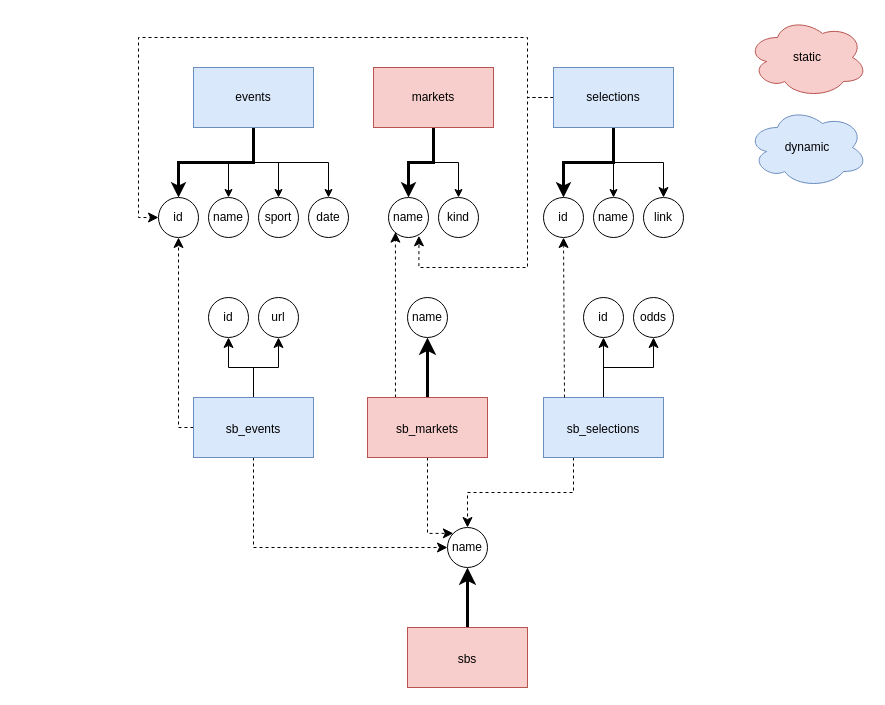
Earlier version of the draw.io diagram page "db" (1 of 2) of database/flow.drawio (loemra/live_odds_scraper). Source tidied: cells renumbered, new cells numbered last; positions are measured from the earlier drawing's top-left corner, leaving out a move shared by most shapes. Both pictures are drawn from the tidied source at 100%, with x=0, y=0 at pixel (138, 17).
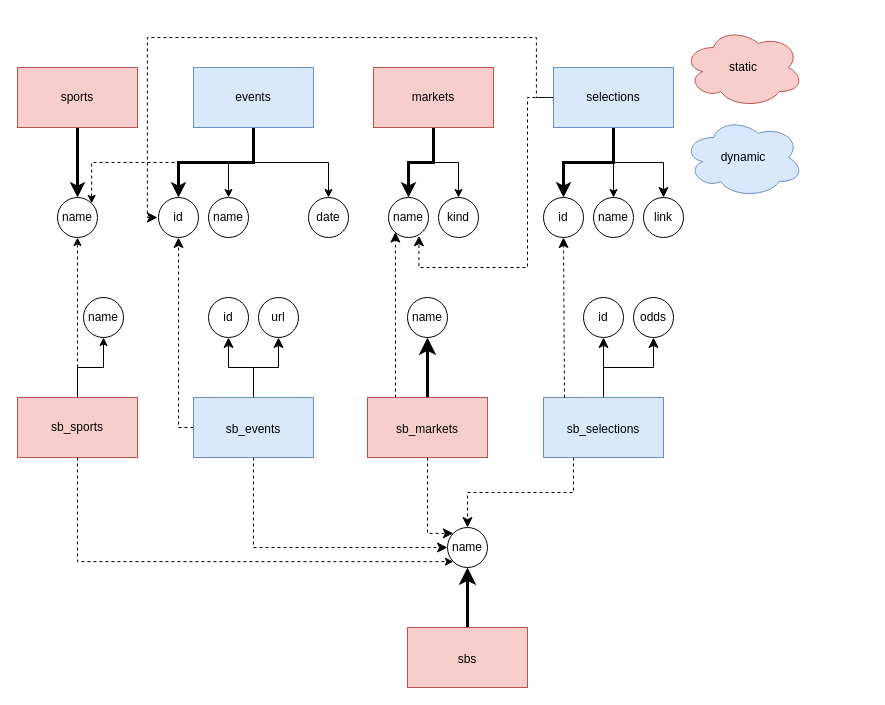
The same page after the edit.

Unchanged cells that the change refers to:
```xml
<mxCell id="6" value="&lt;div&gt;events&lt;/div&gt;" style="rounded=0;whiteSpace=wrap;html=1;fillColor=#dae8fc;strokeColor=#6c8ebf;" parent="1" vertex="1">
  <mxGeometry x="55" y="50" width="120" height="60" as="geometry" />
</mxCell>
<mxCell id="7" value="&lt;div&gt;id&lt;/div&gt;" style="ellipse;whiteSpace=wrap;html=1;rounded=0;" parent="1" vertex="1">
  <mxGeometry x="20" y="180" width="40" height="40" as="geometry" />
</mxCell>
<mxCell id="21" value="&lt;div&gt;selections&lt;/div&gt;" style="rounded=0;whiteSpace=wrap;html=1;fillColor=#dae8fc;strokeColor=#6c8ebf;" parent="1" vertex="1">
  <mxGeometry x="415" y="50" width="120" height="60" as="geometry" />
</mxCell>
<mxCell id="35" value="name" style="ellipse;whiteSpace=wrap;html=1;rounded=0;" parent="1" vertex="1">
  <mxGeometry x="309" y="510" width="40" height="40" as="geometry" />
</mxCell>
```

Change to the diagram source:
```diff
@@
-    <mxCell id="3" style="edgeStyle=orthogonalEdgeStyle;rounded=0;jettySize=auto;html=1;exitX=0.5;exitY=1;exitDx=0;exitDy=0;entryX=0.5;entryY=0;entryDx=0;entryDy=0;" parent="1" edge="1" source="6" target="9">
-      <mxGeometry relative="1" as="geometry" />
-    </mxCell>
@@
+    <mxCell id="49" style="edgeStyle=orthogonalEdgeStyle;rounded=0;jettySize=auto;html=1;exitX=0.5;exitY=1;exitDx=0;exitDy=0;entryX=1;entryY=0;entryDx=0;entryDy=0;dashed=1;" parent="1" edge="1" source="6" target="52">
+      <mxGeometry relative="1" as="geometry" />
+    </mxCell>
@@
-    <mxCell id="9" value="&lt;div&gt;sport&lt;/div&gt;" style="ellipse;whiteSpace=wrap;html=1;rounded=0;" parent="1" vertex="1">
-      <mxGeometry x="120" y="180" width="40" height="40" as="geometry" />
-    </mxCell>
@@
-    <mxCell id="20" style="edgeStyle=orthogonalEdgeStyle;rounded=0;jettySize=auto;html=1;exitX=0;exitY=0.5;exitDx=0;exitDy=0;entryX=0;entryY=0.5;entryDx=0;entryDy=0;fontSize=12;startSize=8;endSize=8;dashed=1;" parent="1" edge="1" source="21" target="7">
+    <mxCell id="20" style="edgeStyle=orthogonalEdgeStyle;rounded=0;orthogonalLoop=1;jettySize=auto;html=1;exitX=0;exitY=0.5;exitDx=0;exitDy=0;fontSize=12;startSize=8;endSize=8;dashed=1;" parent="1" edge="1">
       <mxGeometry relative="1" as="geometry">
+        <mxPoint x="423.9" y="80" as="sourcePoint" />
+        <mxPoint x="19" y="200" as="targetPoint" />
         <Array as="points">
-          <mxPoint x="389" y="80" />
-          <mxPoint x="389" y="20" />
-          <mxPoint y="20" />
-          <mxPoint y="200" />
+          <mxPoint x="397.9" y="80" />
+          <mxPoint x="397.9" y="20" />
+          <mxPoint x="8.9" y="20" />
+          <mxPoint x="8.9" y="200" />
         </Array>
       </mxGeometry>
     </mxCell>
@@
     <mxCell id="47" value="static" style="ellipse;shape=cloud;whiteSpace=wrap;html=1;fillColor=#f8cecc;strokeColor=#b85450;" parent="1" vertex="1">
-      <mxGeometry x="609" width="120" height="80" as="geometry" />
+      <mxGeometry x="545" y="10" width="120" height="80" as="geometry" />
     </mxCell>
     <mxCell id="48" value="dynamic" style="ellipse;shape=cloud;whiteSpace=wrap;html=1;fillColor=#dae8fc;strokeColor=#6c8ebf;" parent="1" vertex="1">
-      <mxGeometry x="609" y="90" width="120" height="80" as="geometry" />
+      <mxGeometry x="545" y="100" width="120" height="80" as="geometry" />
     </mxCell>
+    <mxCell id="50" style="edgeStyle=orthogonalEdgeStyle;rounded=0;jettySize=auto;html=1;exitX=0.5;exitY=1;exitDx=0;exitDy=0;entryX=0.5;entryY=0;entryDx=0;entryDy=0;strokeWidth=3;" parent="1" edge="1" source="51" target="52">
+      <mxGeometry relative="1" as="geometry" />
+    </mxCell>
+    <mxCell id="51" value="sports" style="rounded=0;whiteSpace=wrap;html=1;fillColor=#f8cecc;strokeColor=#b85450;" parent="1" vertex="1">
+      <mxGeometry x="-121" y="50" width="120" height="60" as="geometry" />
+    </mxCell>
+    <mxCell id="52" value="name" style="ellipse;whiteSpace=wrap;html=1;rounded=0;" parent="1" vertex="1">
+      <mxGeometry x="-81" y="180" width="40" height="40" as="geometry" />
+    </mxCell>
+    <mxCell id="53" style="edgeStyle=orthogonalEdgeStyle;rounded=0;jettySize=auto;html=1;entryX=0;entryY=1;entryDx=0;entryDy=0;dashed=1;" parent="1" edge="1" source="56" target="35">
+      <mxGeometry relative="1" as="geometry">
+        <Array as="points">
+          <mxPoint x="-61" y="544" />
+        </Array>
+      </mxGeometry>
+    </mxCell>
+    <mxCell id="54" style="edgeStyle=orthogonalEdgeStyle;rounded=0;jettySize=auto;html=1;dashed=1;" parent="1" edge="1" source="56" target="52">
+      <mxGeometry relative="1" as="geometry" />
+    </mxCell>
+    <mxCell id="55" style="edgeStyle=orthogonalEdgeStyle;rounded=0;jettySize=auto;html=1;exitX=0.5;exitY=0;exitDx=0;exitDy=0;entryX=0.5;entryY=1;entryDx=0;entryDy=0;" parent="1" edge="1" source="56" target="57">
+      <mxGeometry relative="1" as="geometry" />
+    </mxCell>
+    <mxCell id="56" value="sb_sports" style="rounded=0;whiteSpace=wrap;html=1;fillColor=#f8cecc;strokeColor=#b85450;" parent="1" vertex="1">
+      <mxGeometry x="-121" y="380" width="120" height="60" as="geometry" />
+    </mxCell>
+    <mxCell id="57" value="name" style="ellipse;whiteSpace=wrap;html=1;rounded=0;" parent="1" vertex="1">
+      <mxGeometry x="-55" y="280" width="40" height="40" as="geometry" />
+    </mxCell>
```
